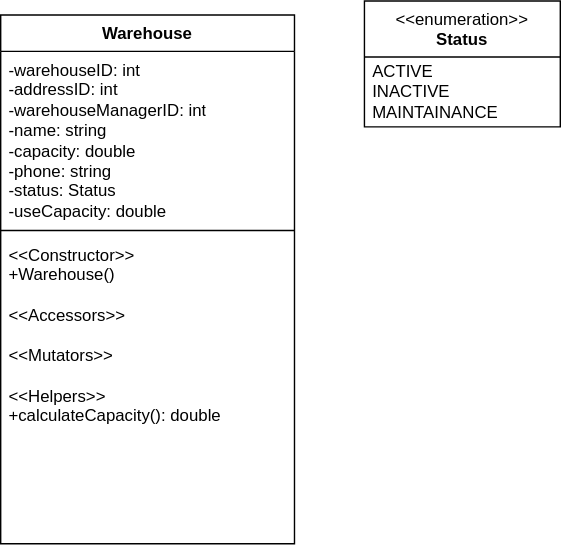
This is nsirh-classes.svg from Simamkele88/IFM3_GP, a draw.io export, as it was before one commit. Source tidied: cells renumbered, new cells last; positions are measured from the earlier drawing's top-left corner, leaving out a move shared by most shapes. Source of this version:
```xml
<mxGraphModel>
  <root>
    <mxCell id="0" />
    <mxCell id="1" parent="0" />
    <mxCell id="2" value="Warehouse" style="swimlane;fontStyle=1;align=center;verticalAlign=top;horizontal=1;startSize=26;whiteSpace=wrap;html=1;" parent="1" vertex="1">
      <mxGeometry y="10" width="210" height="378" as="geometry" />
    </mxCell>
    <mxCell id="3" value="-warehouseID: int&lt;div&gt;-addressID: int&lt;/div&gt;&lt;div&gt;-warehouseManagerID: int&lt;/div&gt;&lt;div&gt;-name: string&lt;/div&gt;&lt;div&gt;-capacity: double&lt;/div&gt;&lt;div&gt;-phone: string&lt;/div&gt;&lt;div&gt;-status: Status&lt;/div&gt;&lt;div&gt;-useCapacity: double&lt;/div&gt;&lt;div&gt;&lt;br&gt;&lt;/div&gt;" style="text;strokeColor=none;fillColor=none;align=left;verticalAlign=top;spacingLeft=4;spacingRight=4;overflow=hidden;whiteSpace=wrap;html=1;" parent="2" vertex="1">
      <mxGeometry y="26" width="210" height="124" as="geometry" />
    </mxCell>
    <mxCell id="4" style="line;strokeWidth=1;fillColor=none;align=left;verticalAlign=middle;spacingTop=-1;spacingLeft=3;spacingRight=3;labelPosition=right;strokeColor=inherit;" parent="2" vertex="1">
      <mxGeometry y="150" width="210" height="8" as="geometry" />
    </mxCell>
    <mxCell id="5" value="&amp;lt;&amp;lt;Constructor&amp;gt;&amp;gt;&lt;div&gt;+Warehouse()&lt;/div&gt;&lt;div&gt;&lt;br&gt;&lt;/div&gt;&lt;div&gt;&amp;lt;&amp;lt;Accessors&amp;gt;&amp;gt;&lt;/div&gt;&lt;div&gt;&lt;br&gt;&lt;/div&gt;&lt;div&gt;&amp;lt;&amp;lt;Mutators&amp;gt;&amp;gt;&lt;/div&gt;&lt;div&gt;&lt;br&gt;&lt;/div&gt;&lt;div&gt;&amp;lt;&amp;lt;Helpers&amp;gt;&amp;gt;&lt;/div&gt;&lt;div&gt;+calculateCapacity(): double&lt;/div&gt;&lt;div&gt;&lt;br&gt;&lt;/div&gt;&lt;div&gt;&lt;br&gt;&lt;/div&gt;" style="text;strokeColor=none;fillColor=none;align=left;verticalAlign=top;spacingLeft=4;spacingRight=4;overflow=hidden;whiteSpace=wrap;html=1;" parent="2" vertex="1">
      <mxGeometry y="158" width="210" height="220" as="geometry" />
    </mxCell>
    <mxCell id="6" value="&amp;lt;&amp;lt;enumeration&amp;gt;&amp;gt;&lt;br&gt;&lt;b&gt;Status&lt;/b&gt;" style="swimlane;fontStyle=0;align=center;verticalAlign=top;horizontal=1;startSize=40;html=1;whiteSpace=wrap;" parent="1" vertex="1">
      <mxGeometry x="260" width="140" height="90" as="geometry" />
    </mxCell>
    <mxCell id="7" value="ACTIVE&lt;div&gt;INACTIVE&lt;/div&gt;&lt;div&gt;MAINTAINANCE&lt;/div&gt;" style="text;html=1;strokeColor=none;fillColor=none;align=left;verticalAlign=middle;spacingLeft=4;spacingRight=4;overflow=hidden;whiteSpace=wrap;" parent="6" vertex="1">
      <mxGeometry y="40" width="140" height="50" as="geometry" />
    </mxCell>
  </root>
</mxGraphModel>
```
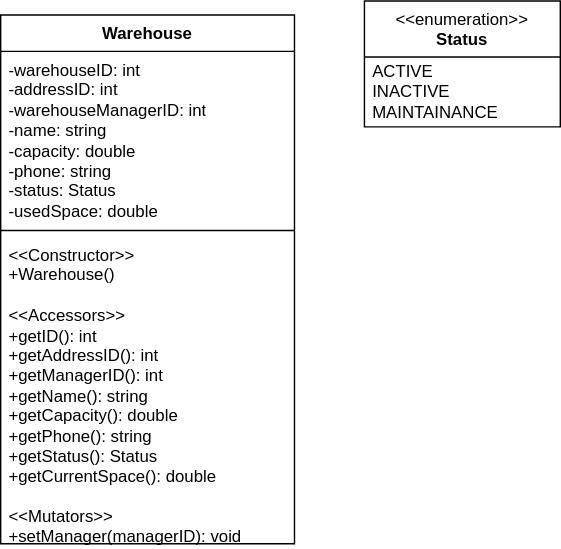
After the commit.

Diff of the diagram source:
```diff
@@ -5,13 +5,13 @@
     <mxCell id="2" value="Warehouse" style="swimlane;fontStyle=1;align=center;verticalAlign=top;horizontal=1;startSize=26;whiteSpace=wrap;html=1;" parent="1" vertex="1">
       <mxGeometry y="10" width="210" height="378" as="geometry" />
     </mxCell>
-    <mxCell id="3" value="-warehouseID: int&lt;div&gt;-addressID: int&lt;/div&gt;&lt;div&gt;-warehouseManagerID: int&lt;/div&gt;&lt;div&gt;-name: string&lt;/div&gt;&lt;div&gt;-capacity: double&lt;/div&gt;&lt;div&gt;-phone: string&lt;/div&gt;&lt;div&gt;-status: Status&lt;/div&gt;&lt;div&gt;-useCapacity: double&lt;/div&gt;&lt;div&gt;&lt;br&gt;&lt;/div&gt;" style="text;strokeColor=none;fillColor=none;align=left;verticalAlign=top;spacingLeft=4;spacingRight=4;overflow=hidden;whiteSpace=wrap;html=1;" parent="2" vertex="1">
+    <mxCell id="3" value="-warehouseID: int&lt;div&gt;-addressID: int&lt;/div&gt;&lt;div&gt;-warehouseManagerID: int&lt;/div&gt;&lt;div&gt;-name: string&lt;/div&gt;&lt;div&gt;-capacity: double&lt;/div&gt;&lt;div&gt;-phone: string&lt;/div&gt;&lt;div&gt;-status: Status&lt;/div&gt;&lt;div&gt;-usedSpace: double&lt;/div&gt;&lt;div&gt;&lt;br&gt;&lt;/div&gt;" style="text;strokeColor=none;fillColor=none;align=left;verticalAlign=top;spacingLeft=4;spacingRight=4;overflow=hidden;whiteSpace=wrap;html=1;" parent="2" vertex="1">
       <mxGeometry y="26" width="210" height="124" as="geometry" />
     </mxCell>
     <mxCell id="4" style="line;strokeWidth=1;fillColor=none;align=left;verticalAlign=middle;spacingTop=-1;spacingLeft=3;spacingRight=3;labelPosition=right;strokeColor=inherit;" parent="2" vertex="1">
       <mxGeometry y="150" width="210" height="8" as="geometry" />
     </mxCell>
-    <mxCell id="5" value="&amp;lt;&amp;lt;Constructor&amp;gt;&amp;gt;&lt;div&gt;+Warehouse()&lt;/div&gt;&lt;div&gt;&lt;br&gt;&lt;/div&gt;&lt;div&gt;&amp;lt;&amp;lt;Accessors&amp;gt;&amp;gt;&lt;/div&gt;&lt;div&gt;&lt;br&gt;&lt;/div&gt;&lt;div&gt;&amp;lt;&amp;lt;Mutators&amp;gt;&amp;gt;&lt;/div&gt;&lt;div&gt;&lt;br&gt;&lt;/div&gt;&lt;div&gt;&amp;lt;&amp;lt;Helpers&amp;gt;&amp;gt;&lt;/div&gt;&lt;div&gt;+calculateCapacity(): double&lt;/div&gt;&lt;div&gt;&lt;br&gt;&lt;/div&gt;&lt;div&gt;&lt;br&gt;&lt;/div&gt;" style="text;strokeColor=none;fillColor=none;align=left;verticalAlign=top;spacingLeft=4;spacingRight=4;overflow=hidden;whiteSpace=wrap;html=1;" parent="2" vertex="1">
+    <mxCell id="5" value="&amp;lt;&amp;lt;Constructor&amp;gt;&amp;gt;&lt;div&gt;+Warehouse()&lt;/div&gt;&lt;div&gt;&lt;br&gt;&lt;/div&gt;&lt;div&gt;&amp;lt;&amp;lt;Accessors&amp;gt;&amp;gt;&lt;/div&gt;&lt;div&gt;+getID(): int&lt;/div&gt;&lt;div&gt;+getAddressID(): int&lt;/div&gt;&lt;div&gt;+getManagerID(): int&lt;/div&gt;&lt;div&gt;+getName(): string&lt;/div&gt;&lt;div&gt;+getCapacity(): double&lt;/div&gt;&lt;div&gt;+getPhone(): string&lt;/div&gt;&lt;div&gt;+getStatus(): Status&lt;/div&gt;&lt;div&gt;+getCurrentSpace(): double&lt;/div&gt;&lt;div&gt;&lt;br&gt;&lt;/div&gt;&lt;div&gt;&amp;lt;&amp;lt;Mutators&amp;gt;&amp;gt;&lt;/div&gt;&lt;div&gt;+setManager(managerID): void&lt;/div&gt;&lt;div&gt;+setName(name: strng): void&lt;/div&gt;&lt;div&gt;+setCapacity(c: double): void&lt;/div&gt;&lt;div&gt;+setPhone(number: string): void&lt;/div&gt;&lt;div&gt;&lt;br&gt;&lt;/div&gt;&lt;div&gt;&lt;br&gt;&lt;/div&gt;&lt;div&gt;&lt;br&gt;&lt;/div&gt;" style="text;strokeColor=none;fillColor=none;align=left;verticalAlign=top;spacingLeft=4;spacingRight=4;overflow=hidden;whiteSpace=wrap;html=1;" parent="2" vertex="1">
       <mxGeometry y="158" width="210" height="220" as="geometry" />
     </mxCell>
     <mxCell id="6" value="&amp;lt;&amp;lt;enumeration&amp;gt;&amp;gt;&lt;br&gt;&lt;b&gt;Status&lt;/b&gt;" style="swimlane;fontStyle=0;align=center;verticalAlign=top;horizontal=1;startSize=40;html=1;whiteSpace=wrap;" parent="1" vertex="1">
```
